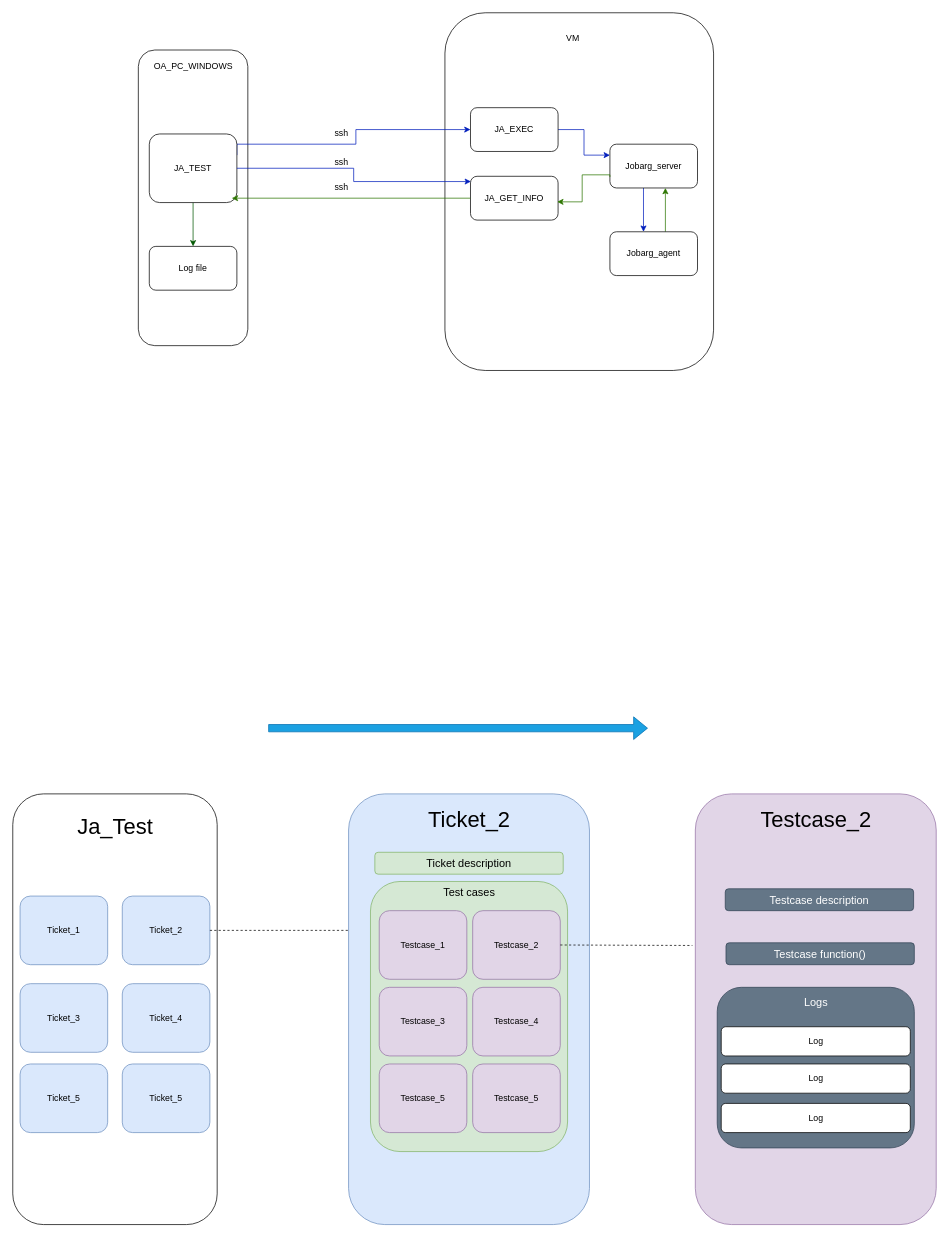
Earlier version of the draw.io diagram doc/ja_test.drawio (zukigit/remote_run-go). Source tidied: cells renumbered, new cells numbered last; positions are measured from the earlier drawing's top-left corner, leaving out a move shared by most shapes. Both pictures are drawn from the tidied source at 73%, with x=0, y=0 at pixel (12, 12).
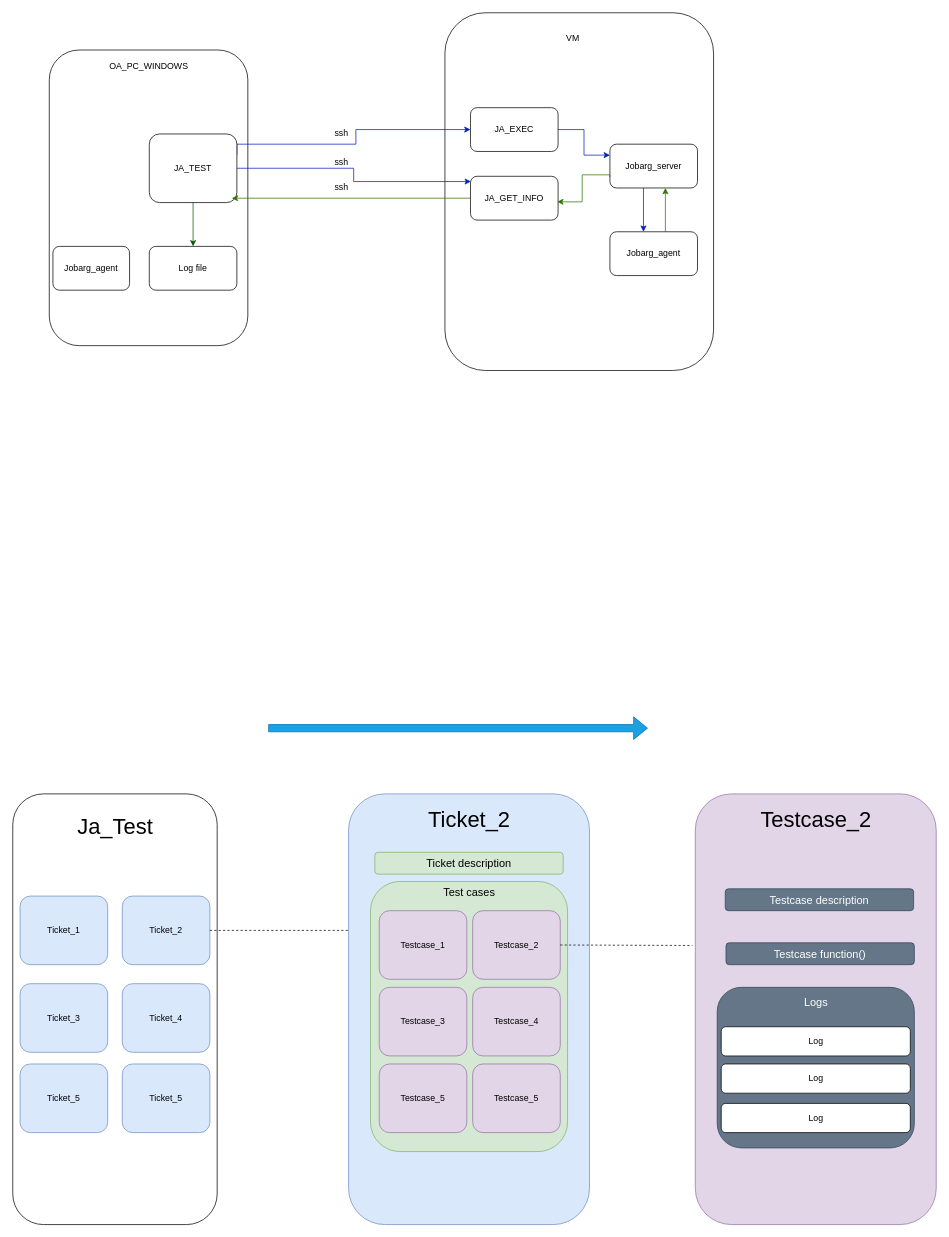
The same diagram, later.

Diff of the diagram source:
```diff
@@
     <mxCell id="5" value="&lt;div align=&quot;center&quot;&gt;&lt;br&gt;&lt;/div&gt;" style="rounded=1;whiteSpace=wrap;html=1;" parent="1" vertex="1">
-      <mxGeometry x="172" y="51" width="150" height="405" as="geometry" />
+      <mxGeometry x="50" y="51" width="272" height="405" as="geometry" />
     </mxCell>
@@
     <mxCell id="9" value="OA_PC_WINDOWS" style="text;html=1;align=center;verticalAlign=middle;strokeColor=none;fillColor=none;" parent="1" vertex="1">
-      <mxGeometry x="182" y="58" width="130" height="30" as="geometry" />
+      <mxGeometry x="121" y="58" width="130" height="30" as="geometry" />
     </mxCell>
@@
+    <mxCell id="55" value="Jobarg_agent" style="rounded=1;whiteSpace=wrap;html=1;" parent="1" vertex="1">
+      <mxGeometry x="55" y="320" width="105" height="60" as="geometry" />
+    </mxCell>
```
